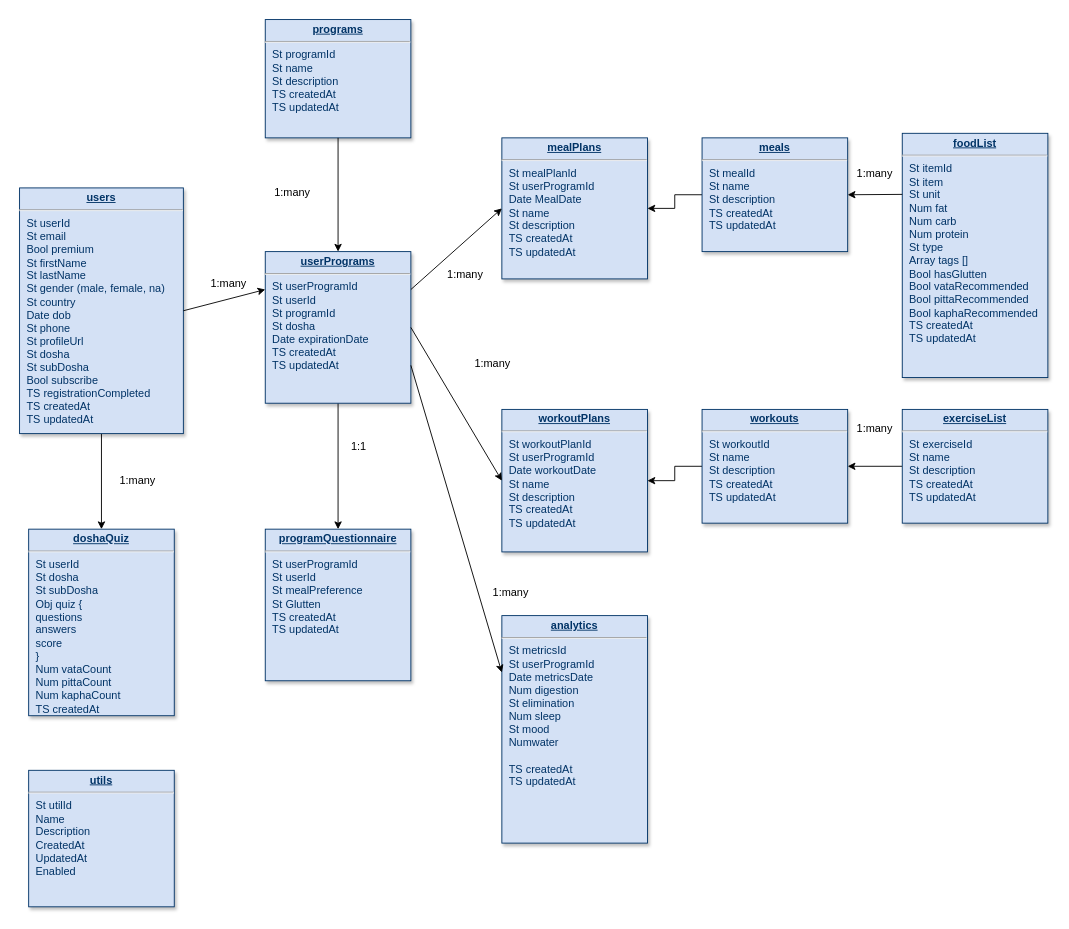
Earlier version of the draw.io diagram Prana Diagram.drawio (jhonnyoddball/mauro218). Source tidied: cells renumbered, new cells numbered last; positions are measured from the earlier drawing's top-left corner, leaving out a move shared by most shapes. Both pictures are drawn from the tidied source at 91%, with x=0, y=0 at pixel (19, 19).
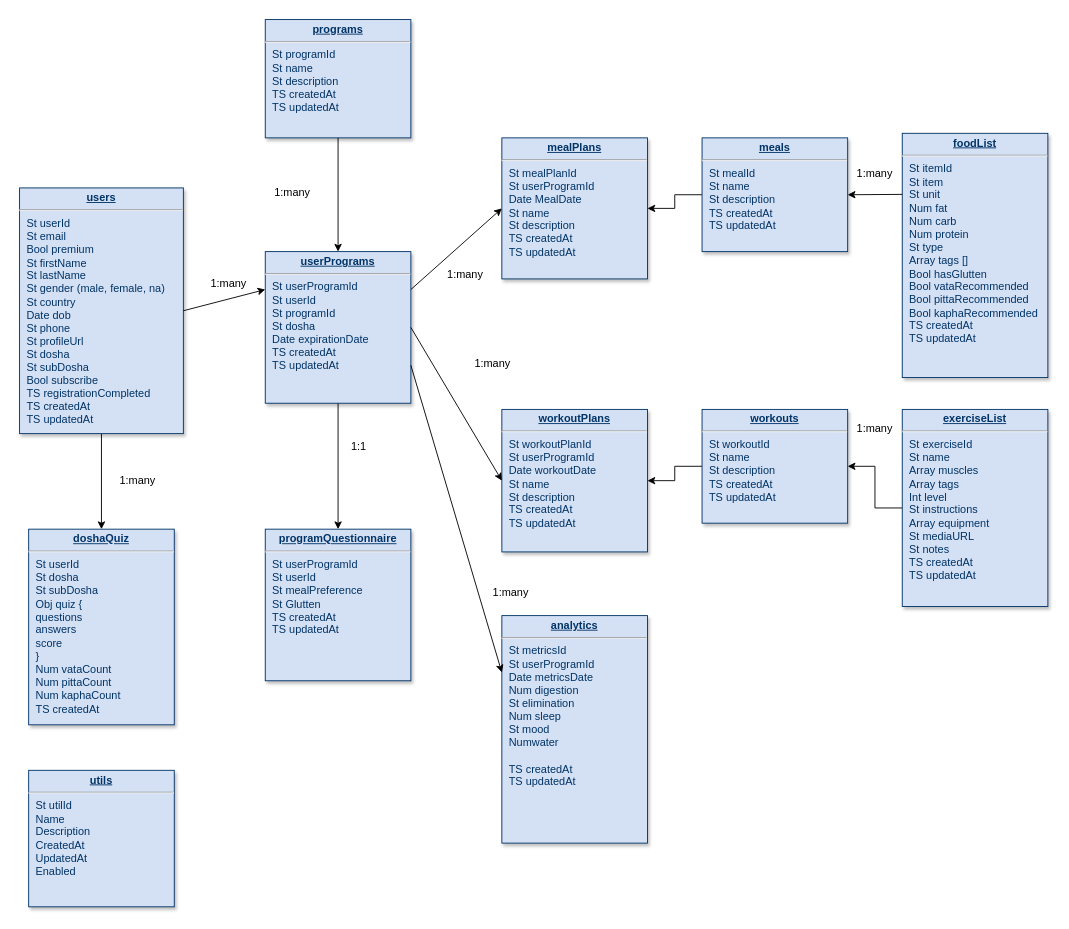
Above is the later version.

What changed in the source:
```diff
@@
-    <mxCell id="4" value="&lt;p style=&quot;margin: 0px ; margin-top: 4px ; text-align: center ; text-decoration: underline&quot;&gt;&lt;strong&gt;exerciseList&lt;/strong&gt;&lt;/p&gt;&lt;hr&gt;&lt;p style=&quot;margin: 0px ; margin-left: 8px&quot;&gt;St exerciseId&lt;/p&gt;&lt;p style=&quot;margin: 0px ; margin-left: 8px&quot;&gt;St name&lt;/p&gt;&lt;p style=&quot;margin: 0px ; margin-left: 8px&quot;&gt;St description&lt;/p&gt;&lt;p style=&quot;margin: 0px ; margin-left: 8px&quot;&gt;TS createdAt&lt;/p&gt;&lt;p style=&quot;margin: 0px ; margin-left: 8px&quot;&gt;TS updatedAt&lt;/p&gt;&lt;p style=&quot;margin: 0px ; margin-left: 8px&quot;&gt;&lt;br&gt;&lt;/p&gt;" style="verticalAlign=top;align=left;overflow=fill;fontSize=12;fontFamily=Helvetica;html=1;strokeColor=#003366;shadow=1;fillColor=#D4E1F5;fontColor=#003366;" parent="1" vertex="1">
-      <mxGeometry x="970" y="428.4" width="160" height="125" as="geometry" />
+    <mxCell id="4" value="&lt;p style=&quot;margin: 0px ; margin-top: 4px ; text-align: center ; text-decoration: underline&quot;&gt;&lt;strong&gt;exerciseList&lt;/strong&gt;&lt;/p&gt;&lt;hr&gt;&lt;p style=&quot;margin: 0px ; margin-left: 8px&quot;&gt;St exerciseId&lt;/p&gt;&lt;p style=&quot;margin: 0px ; margin-left: 8px&quot;&gt;St name&lt;/p&gt;&lt;p style=&quot;margin: 0px ; margin-left: 8px&quot;&gt;Array muscles&lt;/p&gt;&lt;p style=&quot;margin: 0px ; margin-left: 8px&quot;&gt;Array tags&lt;/p&gt;&lt;p style=&quot;margin: 0px ; margin-left: 8px&quot;&gt;Int level&lt;/p&gt;&lt;p style=&quot;margin: 0px ; margin-left: 8px&quot;&gt;St instructions&lt;/p&gt;&lt;p style=&quot;margin: 0px ; margin-left: 8px&quot;&gt;Array equipment&lt;/p&gt;&lt;p style=&quot;margin: 0px ; margin-left: 8px&quot;&gt;St mediaURL&lt;/p&gt;&lt;p style=&quot;margin: 0px ; margin-left: 8px&quot;&gt;St notes&lt;/p&gt;&lt;p style=&quot;margin: 0px ; margin-left: 8px&quot;&gt;TS createdAt&lt;/p&gt;&lt;p style=&quot;margin: 0px ; margin-left: 8px&quot;&gt;TS updatedAt&lt;/p&gt;&lt;p style=&quot;margin: 0px ; margin-left: 8px&quot;&gt;&lt;br&gt;&lt;/p&gt;" style="verticalAlign=top;align=left;overflow=fill;fontSize=12;fontFamily=Helvetica;html=1;strokeColor=#003366;shadow=1;fillColor=#D4E1F5;fontColor=#003366;" parent="1" vertex="1">
+      <mxGeometry x="970" y="428.4" width="160" height="216.6" as="geometry" />
     </mxCell>
@@
     <mxCell id="8" value="&lt;p style=&quot;margin: 0px ; margin-top: 4px ; text-align: center ; text-decoration: underline&quot;&gt;&lt;strong&gt;doshaQuiz&lt;/strong&gt;&lt;/p&gt;&lt;hr&gt;&lt;p style=&quot;margin: 0px ; margin-left: 8px&quot;&gt;St userId&lt;/p&gt;&lt;p style=&quot;margin: 0px ; margin-left: 8px&quot;&gt;St dosha&lt;/p&gt;&lt;p style=&quot;margin: 0px ; margin-left: 8px&quot;&gt;St subDosha&lt;/p&gt;&lt;p style=&quot;margin: 0px ; margin-left: 8px&quot;&gt;Obj quiz {&lt;/p&gt;&lt;p style=&quot;margin: 0px ; margin-left: 8px&quot;&gt;questions&lt;/p&gt;&lt;p style=&quot;margin: 0px ; margin-left: 8px&quot;&gt;answers&lt;/p&gt;&lt;p style=&quot;margin: 0px ; margin-left: 8px&quot;&gt;score&lt;/p&gt;&lt;p style=&quot;margin: 0px ; margin-left: 8px&quot;&gt;}&lt;/p&gt;&lt;p style=&quot;margin: 0px ; margin-left: 8px&quot;&gt;Num vataCount&lt;/p&gt;&lt;p style=&quot;margin: 0px ; margin-left: 8px&quot;&gt;Num pittaCount&lt;/p&gt;&lt;p style=&quot;margin: 0px ; margin-left: 8px&quot;&gt;Num kaphaCount&lt;/p&gt;&lt;p style=&quot;margin: 0px ; margin-left: 8px&quot;&gt;TS createdAt&lt;/p&gt;" style="verticalAlign=top;align=left;overflow=fill;fontSize=12;fontFamily=Helvetica;html=1;strokeColor=#003366;shadow=1;fillColor=#D4E1F5;fontColor=#003366;" parent="1" vertex="1">
-      <mxGeometry x="10" y="560" width="160" height="205" as="geometry" />
+      <mxGeometry x="10" y="560" width="160" height="215" as="geometry" />
     </mxCell>
```
